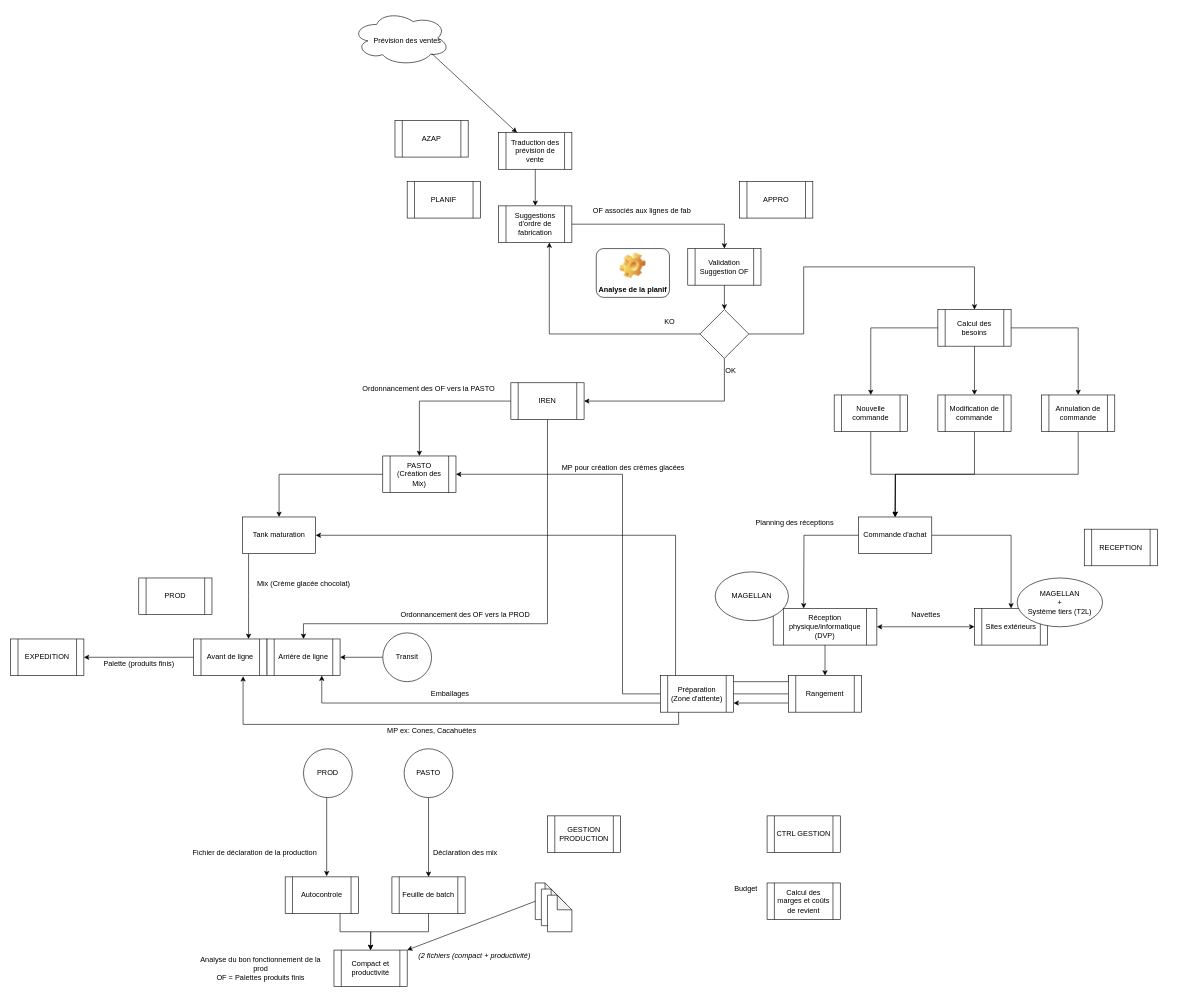
Exawyll/dvp_flux keeps this draw.io diagram as page "Page-1" (1 of 2) of DVP_Flux.drawio. Above is the earlier version. Source tidied: cells renumbered, new cells numbered last; positions are measured from the earlier drawing's top-left corner, leaving out a move shared by most shapes. Both pictures are drawn from the tidied source at 61%, with x=0, y=0 at pixel (10, 10).
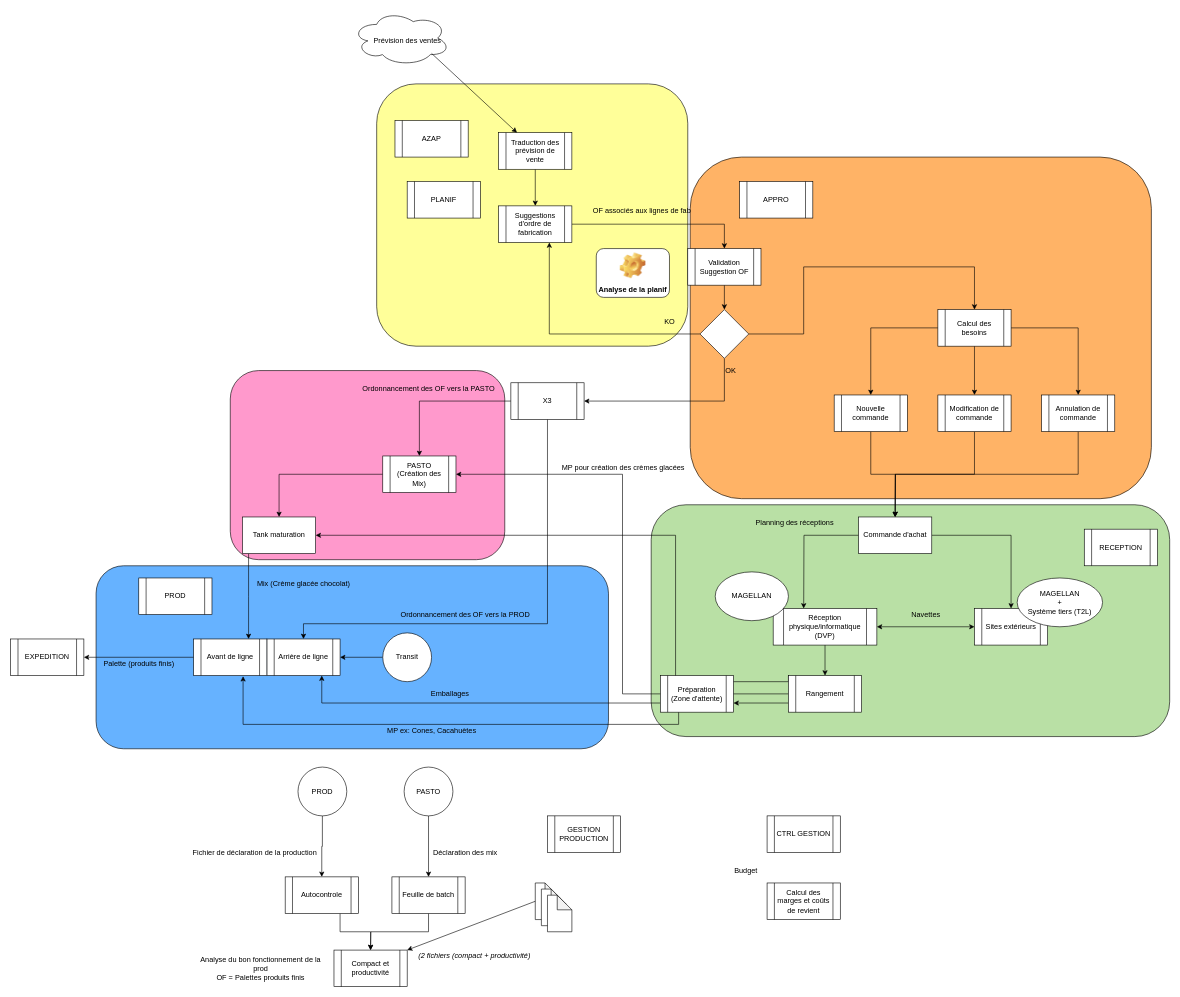
Above is the later version.

The change refers to these unchanged cells:
```xml
<mxCell id="79" value="Autocontrole" style="shape=process;whiteSpace=wrap;html=1;backgroundOutline=1;" parent="1" vertex="1">
  <mxGeometry x="450" y="1420" width="120" height="60" as="geometry" />
</mxCell>
```

The edit, as a diff of the source:
```diff
@@
+    <mxCell id="93" style="rounded=1;whiteSpace=wrap;html=1;fillColor=#FF99CC;" parent="1" vertex="1">
+      <mxGeometry x="360" y="590" width="450" height="310" as="geometry" />
+    </mxCell>
+    <mxCell id="94" style="rounded=1;whiteSpace=wrap;html=1;fillColor=#66B2FF;" parent="1" vertex="1">
+      <mxGeometry x="140" y="910" width="840" height="300" as="geometry" />
+    </mxCell>
+    <mxCell id="95" style="rounded=1;whiteSpace=wrap;html=1;fillColor=#B9E0A5;" parent="1" vertex="1">
+      <mxGeometry x="1050" y="810" width="850" height="380" as="geometry" />
+    </mxCell>
+    <mxCell id="96" style="rounded=1;whiteSpace=wrap;html=1;fillColor=#FFB366;" parent="1" vertex="1">
+      <mxGeometry x="1114" y="240" width="756" height="560" as="geometry" />
+    </mxCell>
+    <mxCell id="97" style="rounded=1;whiteSpace=wrap;html=1;fillColor=#FFFF99;" parent="1" vertex="1">
+      <mxGeometry x="600" y="120" width="510" height="430" as="geometry" />
+    </mxCell>
@@
-    <mxCell id="20" value="IREN" style="shape=process;whiteSpace=wrap;html=1;backgroundOutline=1;" parent="1" vertex="1">
+    <mxCell id="20" value="X3" style="shape=process;whiteSpace=wrap;html=1;backgroundOutline=1;" parent="1" vertex="1">
       <mxGeometry x="820" y="610" width="120" height="60" as="geometry" />
     </mxCell>
@@
-    <mxCell id="74" style="edgeStyle=orthogonalEdgeStyle;rounded=0;jettySize=auto;html=1;entryX=0.567;entryY=-0.017;entryDx=0;entryDy=0;entryPerimeter=0;" parent="1" edge="1" source="75" target="79">
-      <mxGeometry relative="1" as="geometry">
-        <Array as="points">
-          <mxPoint x="518" y="1230" />
-        </Array>
-      </mxGeometry>
+    <mxCell id="74" style="edgeStyle=orthogonalEdgeStyle;rounded=0;jettySize=auto;html=1;exitX=0.5;exitY=1;exitDx=0;exitDy=0;" parent="1" edge="1" source="75" target="79">
+      <mxGeometry relative="1" as="geometry" />
     </mxCell>
     <mxCell id="75" value="PROD" style="ellipse;whiteSpace=wrap;html=1;" parent="1" vertex="1">
-      <mxGeometry x="480" y="1210" width="80" height="80" as="geometry" />
+      <mxGeometry x="471" y="1240" width="80" height="80" as="geometry" />
     </mxCell>
@@
     <mxCell id="82" value="PASTO" style="ellipse;whiteSpace=wrap;html=1;" parent="1" vertex="1">
-      <mxGeometry x="645" y="1210" width="80" height="80" as="geometry" />
+      <mxGeometry x="645" y="1240" width="80" height="80" as="geometry" />
     </mxCell>
@@
     <mxCell id="92" value="Budget" style="text;html=1;align=center;verticalAlign=middle;" parent="1" vertex="1">
-      <mxGeometry x="1180" y="1430" width="50" height="20" as="geometry" />
+      <mxGeometry x="1180" y="1400" width="50" height="20" as="geometry" />
     </mxCell>
```
